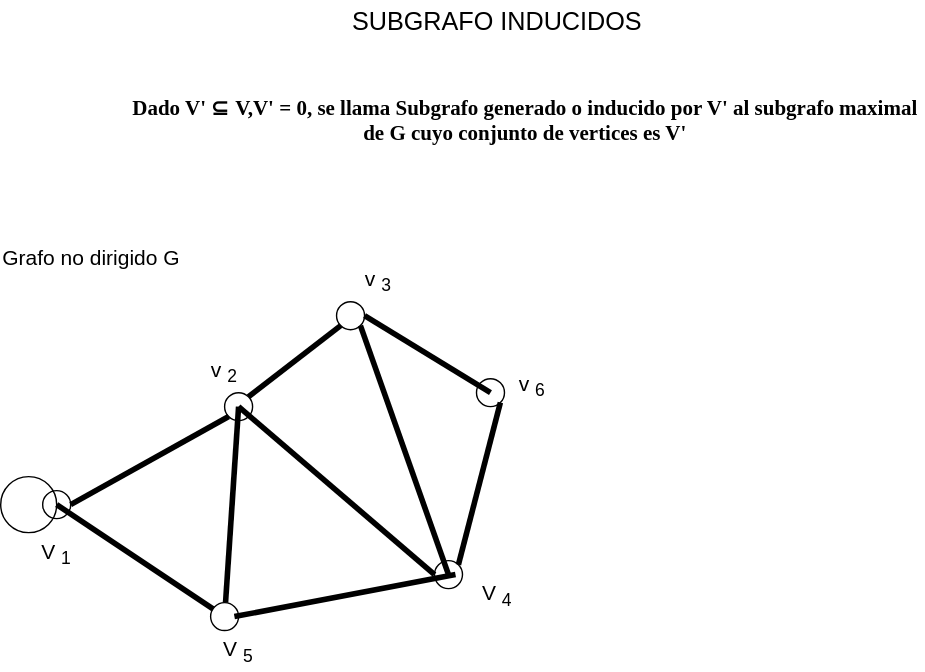
Earlier version of the draw.io export Estructura-de-datos/Grafos/Subgrafo-inducido.drawio.svg (Nordcode-cyber/Algoritmos-Estructdatos). Source tidied: cells renumbered, new cells last; positions are measured from the earlier drawing's top-left corner, leaving out a move shared by most shapes.
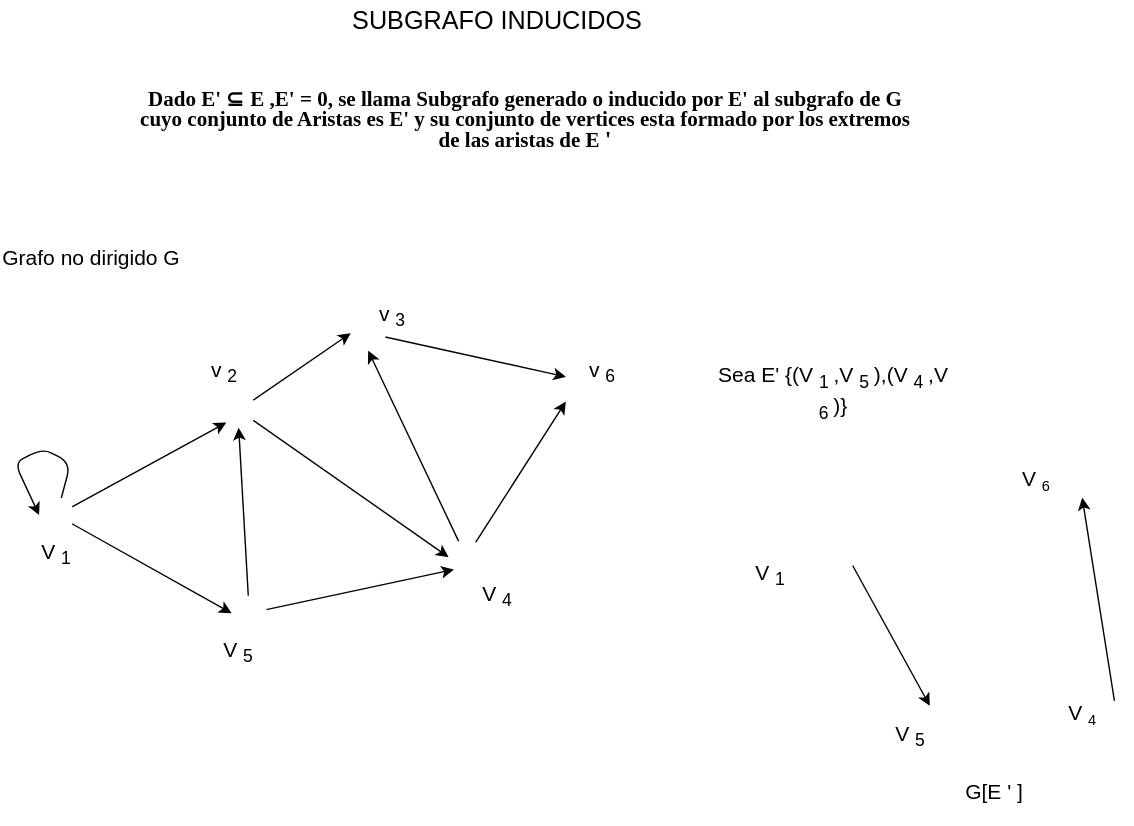
After the commit.

The edit, as a diff of the source:
```diff
@@ -5,70 +5,18 @@
     <mxCell id="2" value="&lt;font style=&quot;font-size: 18px;&quot;&gt;SUBGRAFO INDUCIDOS&lt;/font&gt;" style="text;html=1;align=center;verticalAlign=middle;whiteSpace=wrap;rounded=0;" parent="1" vertex="1">
       <mxGeometry x="250" width="210" height="30" as="geometry" />
     </mxCell>
-    <mxCell id="3" value="&lt;p class=&quot;MsoNormal&quot;&gt;&lt;font style=&quot;font-size: 15px; color: light-dark(rgb(0, 0, 0), rgb(0, 80, 239));&quot;&gt;&lt;b&gt;&lt;span style=&quot;line-height: 107%; font-family: &amp;quot;Times New Roman&amp;quot;, serif;&quot; lang=&quot;ES&quot;&gt;Dado V'&lt;/span&gt;&lt;span style=&quot;line-height: 107%;&quot; lang=&quot;ES&quot;&gt;⊆&lt;/span&gt;&lt;span style=&quot;line-height: 107%; font-family: &amp;quot;Times New Roman&amp;quot;, serif;&quot; lang=&quot;ES&quot;&gt;V,V' = 0, se llama Subgrafo generado o inducido por V' al subgrafo maximal de G cuyo conjunto de vertices es V'&lt;/span&gt;&lt;/b&gt;&lt;/font&gt;&lt;/p&gt;" style="text;html=1;align=center;verticalAlign=middle;whiteSpace=wrap;rounded=0;" parent="1" vertex="1">
+    <mxCell id="3" value="&lt;p class=&quot;MsoNormal&quot;&gt;&lt;font style=&quot;color: light-dark(rgb(0, 0, 0), rgb(0, 80, 239));&quot;&gt;&lt;b style=&quot;&quot;&gt;&lt;span style=&quot;font-size: 15px; line-height: 107%; font-family: &amp;quot;Times New Roman&amp;quot;, serif;&quot; lang=&quot;ES&quot;&gt;Dado E'&lt;/span&gt;&lt;span style=&quot;font-size: 15px; line-height: 107%;&quot; lang=&quot;ES&quot;&gt;⊆&lt;font face=&quot;Times New Roman&quot;&gt; E&lt;/font&gt;&lt;/span&gt;&lt;span style=&quot;line-height: 107%; font-family: &amp;quot;Times New Roman&amp;quot;, serif;&quot; lang=&quot;ES&quot;&gt;&lt;span style=&quot;font-size: 15px;&quot;&gt;,E' = 0, se llama Subgrafo generado o inducido por E' al subgrafo de G cuyo conjunto de Aristas es E' y su conjunto de vertices esta formado por los extremos de las aristas de E&lt;/span&gt;&lt;span style=&quot;font-size: 17px;&quot;&gt;'&amp;nbsp;&lt;/span&gt;&lt;/span&gt;&lt;/b&gt;&lt;/font&gt;&lt;/p&gt;" style="text;html=1;align=center;verticalAlign=middle;whiteSpace=wrap;rounded=0;" parent="1" vertex="1">
       <mxGeometry x="90" y="20" width="570" height="130" as="geometry" />
     </mxCell>
     <mxCell id="4" value="&lt;font style=&quot;font-size: 15px;&quot;&gt;Grafo no dirigido G&lt;/font&gt;" style="text;html=1;align=center;verticalAlign=middle;whiteSpace=wrap;rounded=0;" parent="1" vertex="1">
       <mxGeometry y="150" width="130" height="65" as="geometry" />
     </mxCell>
-    <mxCell id="5" style="ellipse;whiteSpace=wrap;html=1;strokeColor=light-dark(#000000,#FF0080);fillColor=light-dark(#FFFFFF,#FF3399);" parent="1" vertex="1">
-      <mxGeometry x="160" y="280" width="20" height="20" as="geometry" />
-    </mxCell>
-    <mxCell id="6" style="ellipse;whiteSpace=wrap;html=1;strokeColor=light-dark(#000000,#FF0080);fillColor=light-dark(#FFFFFF,#FF3399);" parent="1" vertex="1">
-      <mxGeometry x="30" y="350" width="20" height="20" as="geometry" />
-    </mxCell>
+    <mxCell id="27" style="edgeStyle=none;html=1;entryX=0;entryY=0;entryDx=0;entryDy=0;" parent="1" edge="1" source="7" target="36">
+      <mxGeometry relative="1" as="geometry" />
+    </mxCell>
-    <mxCell id="7" style="ellipse;whiteSpace=wrap;html=1;strokeColor=light-dark(#000000,#FF0080);fillColor=light-dark(#FFFFFF,#FF3399);" parent="1" vertex="1">
-      <mxGeometry x="240" y="215" width="20" height="20" as="geometry" />
+    <mxCell id="7" style="ellipse;whiteSpace=wrap;html=1;strokeColor=none;fillColor=light-dark(#FFFFFF,#0000FF);" parent="1" vertex="1">
+      <mxGeometry x="250" y="225" width="25" height="25" as="geometry" />
     </mxCell>
-    <mxCell id="8" style="ellipse;whiteSpace=wrap;html=1;strokeColor=light-dark(#000000,#FF0080);fillColor=light-dark(#FFFFFF,#FF3399);" parent="1" vertex="1">
-      <mxGeometry x="340" y="270" width="20" height="20" as="geometry" />
-    </mxCell>
-    <mxCell id="9" style="ellipse;whiteSpace=wrap;html=1;strokeColor=light-dark(#000000,#FF0080);fillColor=light-dark(#FFFFFF,#FF3399);" parent="1" vertex="1">
-      <mxGeometry x="310" y="400" width="20" height="20" as="geometry" />
-    </mxCell>
-    <mxCell id="10" style="ellipse;whiteSpace=wrap;html=1;strokeColor=light-dark(#000000,#FF0080);fillColor=light-dark(#FFFFFF,#FF3399);" parent="1" vertex="1">
-      <mxGeometry x="150" y="430" width="20" height="20" as="geometry" />
-    </mxCell>
-    <mxCell id="11" style="ellipse;whiteSpace=wrap;html=1;strokeColor=light-dark(#000000,#FFF5F7);fillColor=none;" parent="1" vertex="1">
-      <mxGeometry y="340" width="40" height="40" as="geometry" />
-    </mxCell>
-    <mxCell id="12" style="endArrow=none;html=1;strokeWidth=4;strokeColor=light-dark(#000000,#00FF00);entryX=0;entryY=1;entryDx=0;entryDy=0;exitX=1;exitY=0;exitDx=0;exitDy=0;" parent="1" edge="1" source="5" target="7">
-      <mxGeometry relative="1" as="geometry" />
-    </mxCell>
-    <mxCell id="13" style="endArrow=none;html=1;strokeWidth=4;strokeColor=light-dark(#000000,#00FF00);exitX=1;exitY=0.5;exitDx=0;exitDy=0;entryX=0;entryY=1;entryDx=0;entryDy=0;" parent="1" edge="1" source="6" target="5">
-      <mxGeometry relative="1" as="geometry" />
-    </mxCell>
-    <mxCell id="14" style="endArrow=none;html=1;strokeWidth=4;strokeColor=light-dark(#000000,#00FF00);entryX=1;entryY=0.5;entryDx=0;entryDy=0;" parent="1" edge="1" target="7">
-      <mxGeometry relative="1" as="geometry">
-        <mxPoint x="350" y="280" as="sourcePoint" />
-      </mxGeometry>
-    </mxCell>
-    <mxCell id="15" style="endArrow=none;html=1;strokeWidth=4;strokeColor=light-dark(#000000,#00FF00);entryX=1;entryY=1;entryDx=0;entryDy=0;" parent="1" edge="1" target="7">
-      <mxGeometry relative="1" as="geometry">
-        <mxPoint x="320" y="410" as="sourcePoint" />
-      </mxGeometry>
-    </mxCell>
-    <mxCell id="16" style="endArrow=none;html=1;strokeWidth=4;strokeColor=light-dark(#000000,#00FF00);entryX=1;entryY=1;entryDx=0;entryDy=0;exitX=1;exitY=0;exitDx=0;exitDy=0;" parent="1" edge="1" source="9" target="8">
-      <mxGeometry relative="1" as="geometry" />
-    </mxCell>
-    <mxCell id="17" style="endArrow=none;html=1;strokeWidth=4;strokeColor=light-dark(#000000,#00FF00);exitX=0;exitY=0.5;exitDx=0;exitDy=0;" parent="1" edge="1" source="9">
-      <mxGeometry relative="1" as="geometry">
-        <mxPoint x="170" y="290" as="targetPoint" />
-      </mxGeometry>
-    </mxCell>
-    <mxCell id="18" style="endArrow=none;html=1;strokeWidth=4;strokeColor=light-dark(#000000,#00FF00);entryX=0;entryY=0;entryDx=0;entryDy=0;" parent="1" edge="1" target="21">
-      <mxGeometry relative="1" as="geometry">
-        <mxPoint x="167" y="440" as="sourcePoint" />
-      </mxGeometry>
-    </mxCell>
-    <mxCell id="19" style="endArrow=none;html=1;strokeWidth=4;strokeColor=light-dark(#000000,#00FF00);exitX=1;exitY=0.5;exitDx=0;exitDy=0;" parent="1" edge="1" source="11" target="10">
-      <mxGeometry relative="1" as="geometry" />
-    </mxCell>
-    <mxCell id="20" style="endArrow=none;html=1;strokeWidth=4;strokeColor=light-dark(#000000,#00FF00);" parent="1" edge="1" source="10">
-      <mxGeometry relative="1" as="geometry">
-        <mxPoint x="170" y="290" as="targetPoint" />
-      </mxGeometry>
-    </mxCell>
     <mxCell id="21" value="&lt;font style=&quot;color: light-dark(rgb(0, 0, 0), rgb(178, 0, 0)); font-size: 15px;&quot;&gt;V&lt;sub&gt;4&lt;/sub&gt;&lt;/font&gt;" style="text;html=1;align=center;verticalAlign=middle;whiteSpace=wrap;rounded=0;" parent="1" vertex="1">
       <mxGeometry x="325" y="410" width="60" height="30" as="geometry" />
     </mxCell>
@@ -76,10 +24,10 @@
       <mxGeometry x="140" y="450" width="60" height="30" as="geometry" />
     </mxCell>
     <mxCell id="23" value="&lt;font style=&quot;color: light-dark(rgb(0, 0, 0), rgb(178, 0, 0)); font-size: 15px;&quot;&gt;v&lt;sub&gt;6&lt;/sub&gt;&lt;/font&gt;" style="text;html=1;align=center;verticalAlign=middle;whiteSpace=wrap;rounded=0;" parent="1" vertex="1">
-      <mxGeometry x="350" y="260" width="60" height="30" as="geometry" />
+      <mxGeometry x="400" y="250" width="60" height="30" as="geometry" />
     </mxCell>
     <mxCell id="24" value="&lt;font style=&quot;color: light-dark(rgb(0, 0, 0), rgb(178, 0, 0)); font-size: 15px;&quot;&gt;v&lt;sub&gt;3&lt;/sub&gt;&lt;/font&gt;" style="text;html=1;align=center;verticalAlign=middle;whiteSpace=wrap;rounded=0;" parent="1" vertex="1">
-      <mxGeometry x="240" y="185" width="60" height="30" as="geometry" />
+      <mxGeometry x="250" y="210" width="60" height="30" as="geometry" />
     </mxCell>
     <mxCell id="25" value="&lt;font style=&quot;color: light-dark(rgb(0, 0, 0), rgb(178, 0, 0)); font-size: 15px;&quot;&gt;v&lt;sub&gt;2&lt;/sub&gt;&lt;/font&gt;" style="text;html=1;align=center;verticalAlign=middle;whiteSpace=wrap;rounded=0;" parent="1" vertex="1">
       <mxGeometry x="130" y="250" width="60" height="30" as="geometry" />
@@ -87,5 +35,89 @@
     <mxCell id="26" value="&lt;font style=&quot;color: light-dark(rgb(0, 0, 0), rgb(178, 0, 0)); font-size: 15px;&quot;&gt;V&lt;sub&gt;1&lt;/sub&gt;&lt;/font&gt;" style="text;html=1;align=center;verticalAlign=middle;whiteSpace=wrap;rounded=0;" parent="1" vertex="1">
       <mxGeometry x="10" y="380" width="60" height="30" as="geometry" />
     </mxCell>
+    <mxCell id="28" value="&lt;font style=&quot;font-size: 15px;&quot;&gt;&lt;font style=&quot;color: light-dark(rgb(0, 0, 0), rgb(0, 255, 128));&quot;&gt;&amp;nbsp;G[E&lt;font style=&quot;&quot;&gt;'&lt;/font&gt; &lt;/font&gt;&lt;/font&gt;&lt;font style=&quot;color: light-dark(rgb(0, 0, 0), rgb(0, 255, 128)); font-size: 15px;&quot;&gt;]&lt;/font&gt;" style="text;html=1;align=center;verticalAlign=middle;whiteSpace=wrap;rounded=0;" parent="1" vertex="1">
+      <mxGeometry x="630" y="540" width="160" height="50" as="geometry" />
+    </mxCell>
+    <mxCell id="29" style="edgeStyle=none;html=1;entryX=0;entryY=0.5;entryDx=0;entryDy=0;" parent="1" edge="1" source="32" target="32">
+      <mxGeometry relative="1" as="geometry">
+        <Array as="points">
+          <mxPoint x="50" y="330" />
+          <mxPoint x="30" y="320" />
+          <mxPoint x="10" y="330" />
+        </Array>
+      </mxGeometry>
+    </mxCell>
+    <mxCell id="30" style="edgeStyle=none;html=1;entryX=0;entryY=1;entryDx=0;entryDy=0;" parent="1" edge="1" source="32" target="35">
+      <mxGeometry relative="1" as="geometry" />
+    </mxCell>
+    <mxCell id="31" style="edgeStyle=none;html=1;entryX=0;entryY=0.5;entryDx=0;entryDy=0;" parent="1" edge="1" source="32" target="42">
+      <mxGeometry relative="1" as="geometry" />
+    </mxCell>
+    <mxCell id="32" style="ellipse;whiteSpace=wrap;html=1;strokeColor=none;fillColor=light-dark(#FFFFFF,#0000FF);" parent="1" vertex="1">
+      <mxGeometry x="27.5" y="355" width="25" height="25" as="geometry" />
+    </mxCell>
+    <mxCell id="33" style="edgeStyle=none;html=1;entryX=0;entryY=0.5;entryDx=0;entryDy=0;" parent="1" edge="1" source="35" target="39">
+      <mxGeometry relative="1" as="geometry" />
+    </mxCell>
+    <mxCell id="34" style="edgeStyle=none;html=1;entryX=0;entryY=0.5;entryDx=0;entryDy=0;" parent="1" edge="1" source="35" target="7">
+      <mxGeometry relative="1" as="geometry" />
+    </mxCell>
+    <mxCell id="35" style="ellipse;whiteSpace=wrap;html=1;strokeColor=none;fillColor=light-dark(#FFFFFF,#0000FF);" parent="1" vertex="1">
+      <mxGeometry x="157.5" y="280" width="25" height="25" as="geometry" />
+    </mxCell>
+    <mxCell id="36" style="ellipse;whiteSpace=wrap;html=1;strokeColor=none;fillColor=light-dark(#FFFFFF,#0000FF);" parent="1" vertex="1">
+      <mxGeometry x="400" y="265" width="25" height="25" as="geometry" />
+    </mxCell>
+    <mxCell id="37" style="edgeStyle=none;html=1;entryX=0;entryY=1;entryDx=0;entryDy=0;" parent="1" edge="1" source="39" target="36">
+      <mxGeometry relative="1" as="geometry" />
+    </mxCell>
+    <mxCell id="38" style="edgeStyle=none;html=1;entryX=0.5;entryY=1;entryDx=0;entryDy=0;" parent="1" edge="1" source="39" target="7">
+      <mxGeometry relative="1" as="geometry" />
+    </mxCell>
+    <mxCell id="39" style="ellipse;whiteSpace=wrap;html=1;strokeColor=none;fillColor=light-dark(#FFFFFF,#0000FF);" parent="1" vertex="1">
+      <mxGeometry x="320" y="385" width="25" height="25" as="geometry" />
+    </mxCell>
+    <mxCell id="40" style="edgeStyle=none;html=1;entryX=0;entryY=1;entryDx=0;entryDy=0;" parent="1" edge="1" source="42" target="39">
+      <mxGeometry relative="1" as="geometry" />
+    </mxCell>
+    <mxCell id="41" style="edgeStyle=none;html=1;entryX=0.5;entryY=1;entryDx=0;entryDy=0;" parent="1" edge="1" source="42" target="35">
+      <mxGeometry relative="1" as="geometry" />
+    </mxCell>
+    <mxCell id="42" style="ellipse;whiteSpace=wrap;html=1;strokeColor=none;fillColor=light-dark(#FFFFFF,#0000FF);" parent="1" vertex="1">
+      <mxGeometry x="165" y="425" width="25" height="25" as="geometry" />
+    </mxCell>
+    <mxCell id="43" value="&lt;font style=&quot;font-size: 15px;&quot;&gt;Sea E' {(V&lt;sub&gt;1&lt;/sub&gt;,V&lt;sub&gt;5&lt;/sub&gt;),(V&lt;sub&gt;4&lt;/sub&gt;,V&lt;sub&gt;6&lt;/sub&gt;)}&lt;/font&gt;" style="text;html=1;align=center;verticalAlign=middle;whiteSpace=wrap;rounded=0;" parent="1" vertex="1">
+      <mxGeometry x="510" y="265" width="170" height="30" as="geometry" />
+    </mxCell>
+    <mxCell id="44" style="edgeStyle=none;html=1;entryX=0;entryY=0;entryDx=0;entryDy=0;" parent="1" edge="1" source="45" target="46">
+      <mxGeometry relative="1" as="geometry" />
+    </mxCell>
+    <mxCell id="45" style="ellipse;whiteSpace=wrap;html=1;strokeColor=none;fillColor=light-dark(#FFFFFF,#0000FF);" parent="1" vertex="1">
+      <mxGeometry x="590" y="380" width="25" height="25" as="geometry" />
+    </mxCell>
+    <mxCell id="46" style="ellipse;whiteSpace=wrap;html=1;strokeColor=none;fillColor=light-dark(#FFFFFF,#0000FF);" parent="1" vertex="1">
+      <mxGeometry x="660" y="500" width="25" height="25" as="geometry" />
+    </mxCell>
+    <mxCell id="47" style="ellipse;whiteSpace=wrap;html=1;strokeColor=none;fillColor=light-dark(#FFFFFF,#0000FF);" parent="1" vertex="1">
+      <mxGeometry x="760" y="330" width="25" height="25" as="geometry" />
+    </mxCell>
+    <mxCell id="48" style="edgeStyle=none;html=1;entryX=0.5;entryY=1;entryDx=0;entryDy=0;" parent="1" edge="1" source="49" target="47">
+      <mxGeometry relative="1" as="geometry" />
+    </mxCell>
+    <mxCell id="49" style="ellipse;whiteSpace=wrap;html=1;strokeColor=none;fillColor=light-dark(#FFFFFF,#0000FF);" parent="1" vertex="1">
+      <mxGeometry x="785" y="500" width="25" height="25" as="geometry" />
+    </mxCell>
+    <mxCell id="50" value="&lt;font style=&quot;color: light-dark(rgb(0, 0, 0), rgb(178, 0, 0)); font-size: 15px;&quot;&gt;V&lt;sub&gt;1&lt;/sub&gt;&lt;/font&gt;" style="text;html=1;align=center;verticalAlign=middle;whiteSpace=wrap;rounded=0;" parent="1" vertex="1">
+      <mxGeometry x="520" y="395" width="60" height="30" as="geometry" />
+    </mxCell>
+    <mxCell id="51" value="&lt;font style=&quot;color: light-dark(rgb(0, 0, 0), rgb(178, 0, 0)); font-size: 15px;&quot;&gt;V&lt;sub&gt;5&lt;/sub&gt;&lt;/font&gt;" style="text;html=1;align=center;verticalAlign=middle;whiteSpace=wrap;rounded=0;" parent="1" vertex="1">
+      <mxGeometry x="620" y="510" width="60" height="30" as="geometry" />
+    </mxCell>
+    <mxCell id="52" value="&lt;font style=&quot;color: light-dark(rgb(0, 0, 0), rgb(178, 0, 0)); font-size: 15px;&quot;&gt;V&lt;/font&gt;&lt;font style=&quot;font-size: 12.5px;&quot;&gt;&lt;sub&gt;6&lt;/sub&gt;&lt;/font&gt;" style="text;html=1;align=center;verticalAlign=middle;whiteSpace=wrap;rounded=0;" parent="1" vertex="1">
+      <mxGeometry x="710" y="327.5" width="60" height="30" as="geometry" />
+    </mxCell>
+    <mxCell id="53" value="&lt;font style=&quot;color: light-dark(rgb(0, 0, 0), rgb(178, 0, 0)); font-size: 15px;&quot;&gt;V&lt;/font&gt;&lt;font style=&quot;font-size: 12.5px;&quot;&gt;&lt;sub&gt;4&lt;/sub&gt;&lt;/font&gt;" style="text;html=1;align=center;verticalAlign=middle;whiteSpace=wrap;rounded=0;" parent="1" vertex="1">
+      <mxGeometry x="742.5" y="495" width="60" height="30" as="geometry" />
+    </mxCell>
   </root>
 </mxGraphModel>
```
